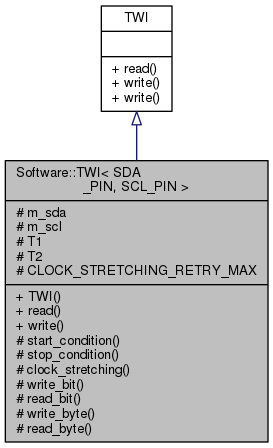
The Graphviz diagram Arduino-TWI/d3/d6c/classSoftware_1_1TWI__inherit__graph.png in mikaelpatel/mikaelpatel.github.io, before a commit. Its source is kept beside it as Arduino-TWI/d3/d6c/classSoftware_1_1TWI__inherit__graph.dot.
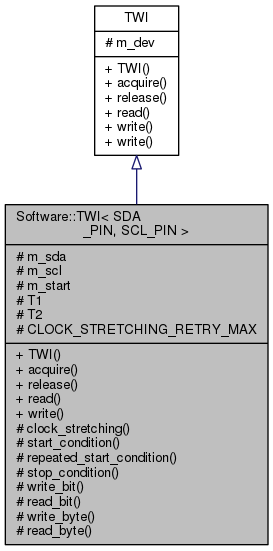
Later version of the same file.

The edit, as a diff of the source:
```diff
@@ -2,7 +2,7 @@
 {
   edge [fontname="Helvetica",fontsize="10",labelfontname="Helvetica",labelfontsize="10"];
   node [fontname="Helvetica",fontsize="10",shape=record];
-  Node1 [label="{Software::TWI\< SDA\l_PIN, SCL_PIN \>\n|# m_sda\l# m_scl\l# T1\l# T2\l# CLOCK_STRETCHING_RETRY_MAX\l|+ TWI()\l+ read()\l+ write()\l# start_condition()\l# stop_condition()\l# clock_stretching()\l# write_bit()\l# read_bit()\l# write_byte()\l# read_byte()\l}",height=0.2,width=0.4,color="black", fillcolor="grey75", style="filled", fontcolor="black"];
+  Node1 [label="{Software::TWI\< SDA\l_PIN, SCL_PIN \>\n|# m_sda\l# m_scl\l# m_start\l# T1\l# T2\l# CLOCK_STRETCHING_RETRY_MAX\l|+ TWI()\l+ acquire()\l+ release()\l+ read()\l+ write()\l# clock_stretching()\l# start_condition()\l# repeated_start_condition()\l# stop_condition()\l# write_bit()\l# read_bit()\l# write_byte()\l# read_byte()\l}",height=0.2,width=0.4,color="black", fillcolor="grey75", style="filled", fontcolor="black"];
   Node2 -> Node1 [dir="back",color="midnightblue",fontsize="10",style="solid",arrowtail="onormal",fontname="Helvetica"];
-  Node2 [label="{TWI\n||+ read()\l+ write()\l+ write()\l}",height=0.2,width=0.4,color="black", fillcolor="white", style="filled",URL="$d1/deb/classTWI.html"];
+  Node2 [label="{TWI\n|# m_dev\l|+ TWI()\l+ acquire()\l+ release()\l+ read()\l+ write()\l+ write()\l}",height=0.2,width=0.4,color="black", fillcolor="white", style="filled",URL="$d1/deb/classTWI.html"];
 }
```
